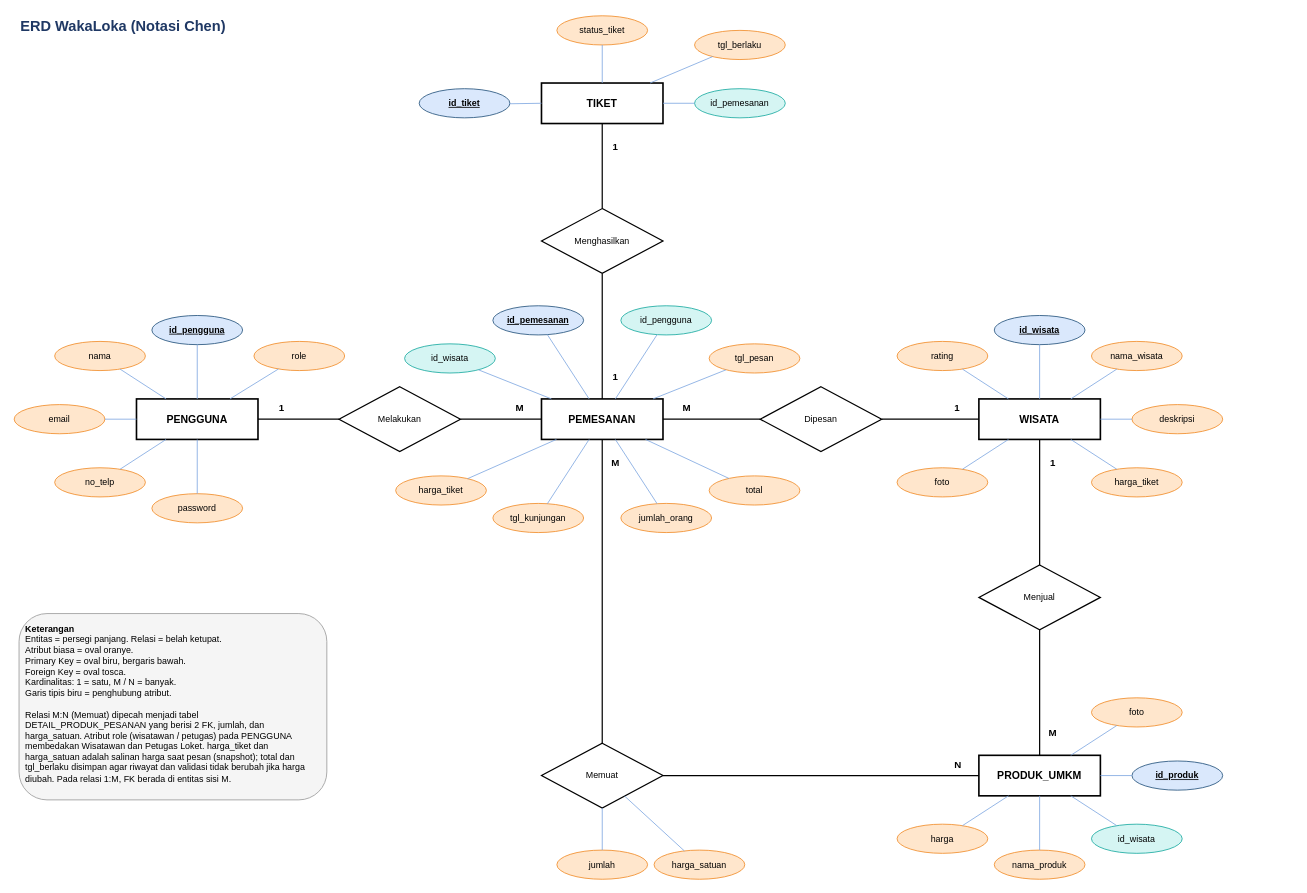
rashazein11/Project-BasisData-A-Kelompok-wakaloka keeps this draw.io diagram as Docs/erd/ERD_WAKALOKA_Chen (1).drawio. Above is the earlier version. Source tidied: cells renumbered, new cells numbered last; positions are measured from the earlier drawing's top-left corner, leaving out a move shared by most shapes. Both pictures are drawn from the tidied source at 81%, with x=0, y=0 at pixel (14, 14).
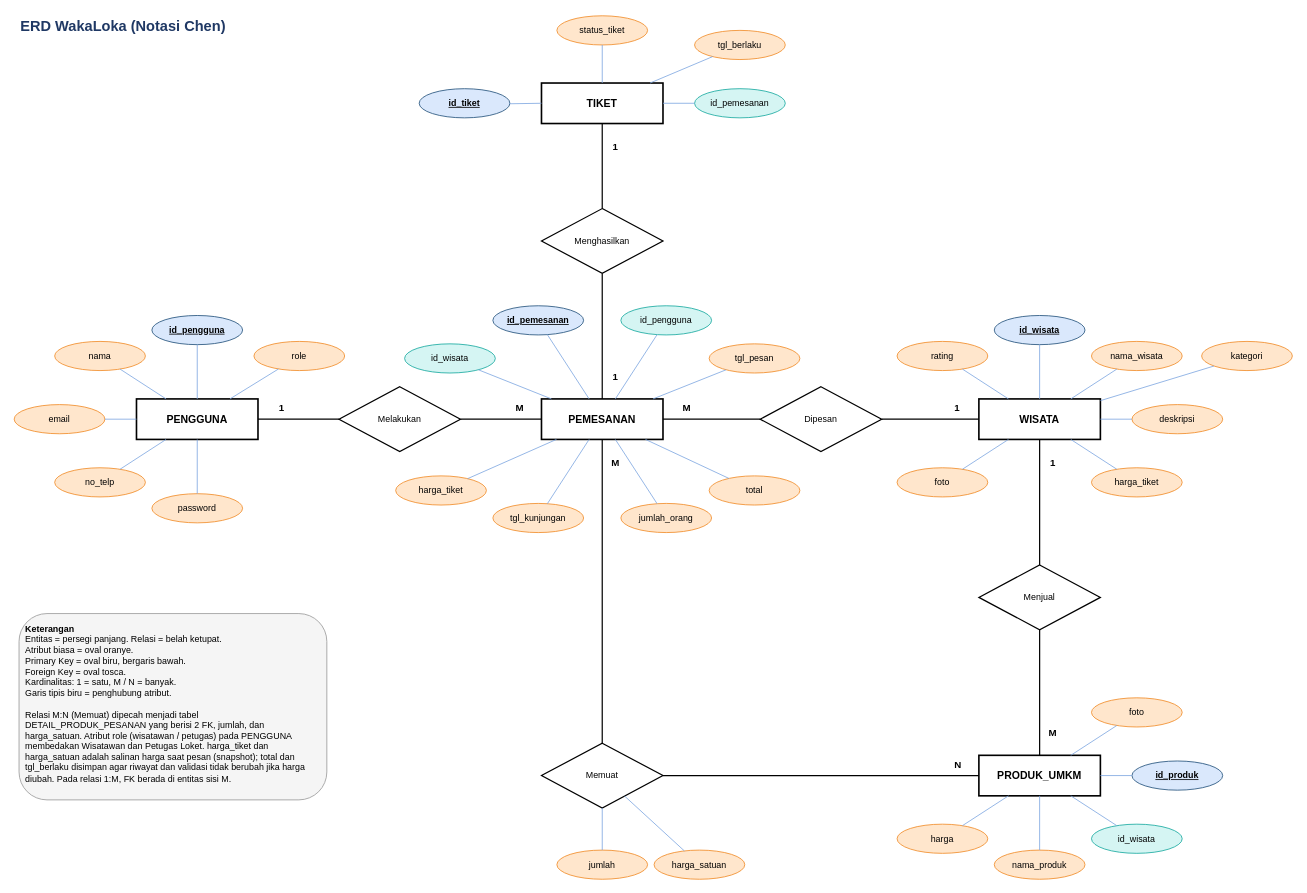
Above is the later version.

The change refers to these unchanged cells:
```xml
<mxCell id="4" value="WISATA" style="rounded=0;whiteSpace=wrap;html=1;fillColor=#FFFFFF;strokeColor=#000000;strokeWidth=2;fontStyle=1;fontSize=13;" parent="1" vertex="1">
  <mxGeometry x="1191" y="475" width="150" height="50" as="geometry" />
</mxCell>
```

Diff of the diagram source:
```diff
@@
+    <mxCell id="96" value="kategori" style="ellipse;whiteSpace=wrap;html=1;fillColor=#FFE6CC;strokeColor=#F08A24;fontSize=11;" parent="1" vertex="1">
+      <mxGeometry x="1466" y="404" width="112" height="36" as="geometry" />
+    </mxCell>
+    <mxCell id="97" style="endArrow=none;html=1;strokeColor=#7EA6E0;strokeWidth=1;" parent="1" edge="1" source="96" target="4">
+      <mxGeometry relative="1" as="geometry" />
+    </mxCell>
```
